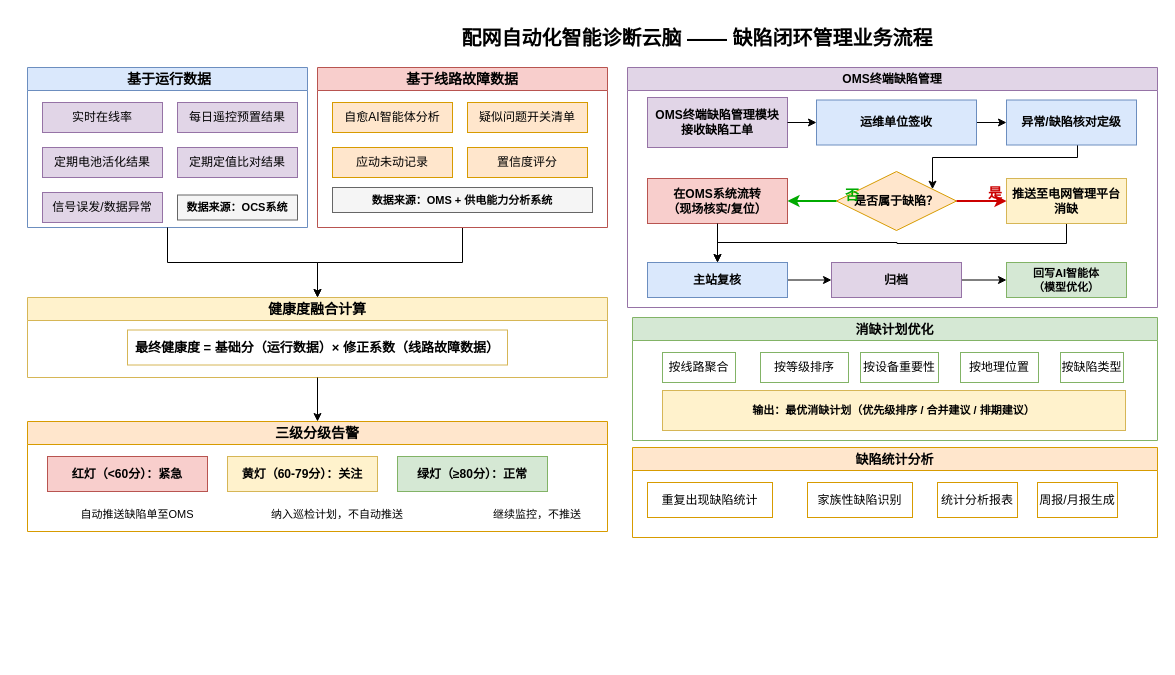
Above: 管理流程.drawio in LieCoding/pwjkd (draw.io), before the change. Source tidied: cells renumbered, new cells numbered last; positions are measured from the earlier drawing's top-left corner, leaving out a move shared by most shapes. Both pictures are drawn from the tidied source at 100%, with x=0, y=0 at pixel (27, 17).
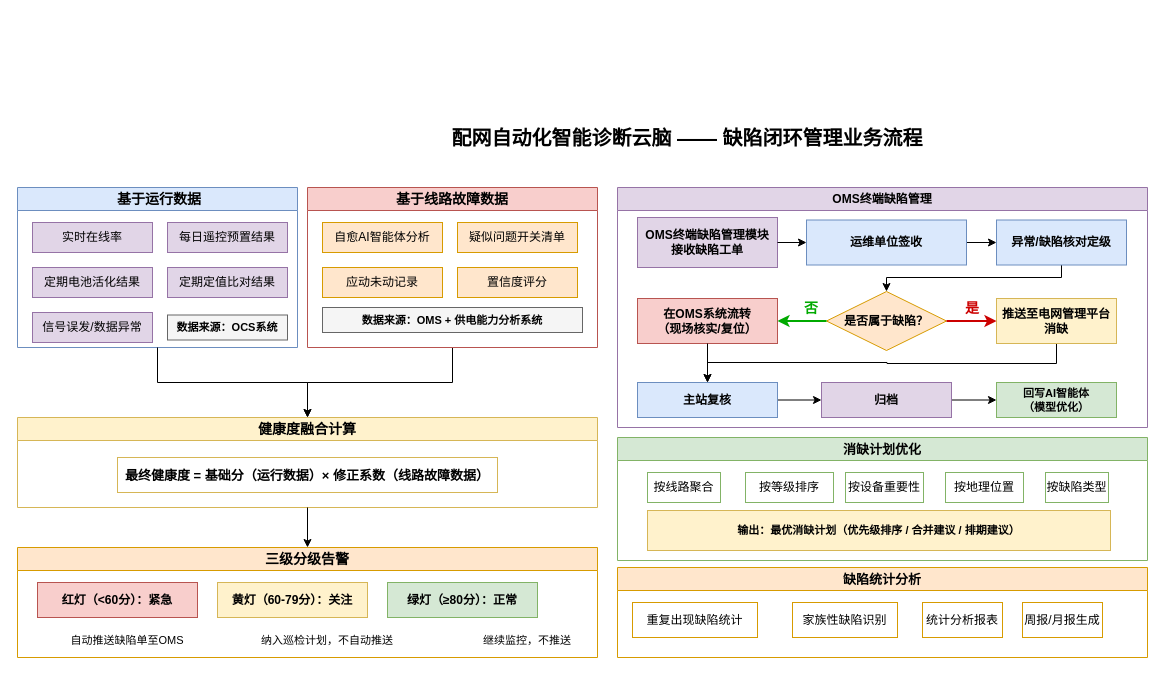
The same diagram, later.

Commit message (it also covers changes not shown here):
更新管理流程.drawio

The change refers to these unchanged cells:
```xml
<mxCell id="45" value="是否属于缺陷？" style="rhombus;whiteSpace=wrap;html=1;fillColor=#ffe6cc;strokeColor=#d79b00;fontStyle=1;fontSize=12;" parent="40" vertex="1">
  <mxGeometry x="209" y="104" width="120" height="59" as="geometry" />
</mxCell>
<mxCell id="59" value="异常/缺陷核对定级" style="rounded=0;whiteSpace=wrap;html=1;fillColor=#dae8fc;strokeColor=#6c8ebf;fontStyle=1;fontSize=12;" parent="40" vertex="1">
  <mxGeometry x="379" y="32.5" width="130" height="45" as="geometry" />
</mxCell>
```

The edit, as a diff of the source:
```diff
@@
     <mxCell id="2" value="配网自动化智能诊断云脑 —— 缺陷闭环管理业务流程" style="text;html=1;strokeColor=none;fillColor=none;align=center;verticalAlign=middle;whiteSpace=wrap;rounded=0;fontSize=20;fontStyle=1;" parent="1" vertex="1">
-      <mxGeometry x="420" width="500" height="40" as="geometry" />
+      <mxGeometry x="410" y="100" width="500" height="40" as="geometry" />
     </mxCell>
     <mxCell id="3" value="&amp;nbsp;基于运行数据" style="swimlane;whiteSpace=wrap;html=1;fillColor=#dae8fc;strokeColor=#6c8ebf;fontStyle=1;fontSize=14;" parent="1" vertex="1">
-      <mxGeometry y="50" width="280" height="160" as="geometry" />
+      <mxGeometry x="-10" y="170" width="280" height="160" as="geometry" />
     </mxCell>
@@
     <mxCell id="11" value="基于线路故障数据" style="swimlane;whiteSpace=wrap;html=1;fillColor=#f8cecc;strokeColor=#b85450;fontStyle=1;fontSize=14;" parent="1" vertex="1">
-      <mxGeometry x="290" y="50" width="290" height="160" as="geometry" />
+      <mxGeometry x="280" y="170" width="290" height="160" as="geometry" />
     </mxCell>
@@
     <mxCell id="18" value="健康度融合计算" style="swimlane;whiteSpace=wrap;html=1;fillColor=#fff2cc;strokeColor=#d6b656;fontStyle=1;fontSize=14;" parent="1" vertex="1">
-      <mxGeometry y="280" width="580" height="80" as="geometry" />
+      <mxGeometry x="-10" y="400" width="580" height="90" as="geometry" />
     </mxCell>
     <mxCell id="19" value="最终健康度 = 基础分（运行数据）× 修正系数（线路故障数据）" style="rounded=0;whiteSpace=wrap;html=1;fillColor=#ffffff;strokeColor=#d6b656;fontStyle=1;fontSize=13;" parent="18" vertex="1">
-      <mxGeometry x="100" y="32.5" width="380" height="35" as="geometry" />
+      <mxGeometry x="100" y="40" width="380" height="35" as="geometry" />
     </mxCell>
@@
     <mxCell id="21" value="三级分级告警" style="swimlane;whiteSpace=wrap;html=1;fillColor=#ffe6cc;strokeColor=#d79b00;fontStyle=1;fontSize=14;" parent="1" vertex="1">
-      <mxGeometry y="404" width="580" height="110" as="geometry" />
+      <mxGeometry x="-10" y="530" width="580" height="110" as="geometry" />
     </mxCell>
@@
     <mxCell id="28" value="消缺计划优化" style="swimlane;whiteSpace=wrap;html=1;fillColor=#d5e8d4;strokeColor=#82b366;fontStyle=1;fontSize=13;" parent="1" vertex="1">
-      <mxGeometry x="605" y="300" width="525" height="123" as="geometry" />
+      <mxGeometry x="590" y="420" width="530" height="123" as="geometry" />
     </mxCell>
@@
     <mxCell id="35" value="缺陷统计分析" style="swimlane;whiteSpace=wrap;html=1;fillColor=#ffe6cc;strokeColor=#d79b00;fontStyle=1;fontSize=13;" parent="1" vertex="1">
-      <mxGeometry x="605" y="430" width="525" height="90" as="geometry" />
+      <mxGeometry x="590" y="550" width="530" height="90" as="geometry" />
     </mxCell>
@@
     <mxCell id="40" value="OMS终端缺陷管理" style="swimlane;whiteSpace=wrap;html=1;fillColor=#e1d5e7;strokeColor=#9673a6;fontStyle=1;fontSize=12;" parent="1" vertex="1">
-      <mxGeometry x="600" y="50" width="530" height="240" as="geometry" />
+      <mxGeometry x="590" y="170" width="530" height="240" as="geometry" />
     </mxCell>
@@
     <mxCell id="48" value="否" style="text;html=1;strokeColor=none;fillColor=none;align=center;verticalAlign=middle;whiteSpace=wrap;rounded=0;fontSize=14;fontStyle=1;fontColor=#00AA00;" parent="40" vertex="1">
-      <mxGeometry x="210" y="118" width="30" height="20" as="geometry" />
+      <mxGeometry x="179" y="111" width="30" height="20" as="geometry" />
     </mxCell>
@@
     <mxCell id="52" value="是" style="text;html=1;strokeColor=none;fillColor=none;align=center;verticalAlign=middle;whiteSpace=wrap;rounded=0;fontSize=14;fontStyle=1;fontColor=#CC0000;" parent="40" vertex="1">
-      <mxGeometry x="353" y="116" width="30" height="20" as="geometry" />
+      <mxGeometry x="340" y="111" width="30" height="20" as="geometry" />
     </mxCell>
@@
-    <mxCell id="58" style="edgeStyle=orthogonalEdgeStyle;rounded=0;jettySize=auto;html=1;" parent="40" edge="1" source="59" target="45">
+    <mxCell id="58" style="edgeStyle=orthogonalEdgeStyle;rounded=0;jettySize=auto;html=1;entryX=0.5;entryY=0;entryDx=0;entryDy=0;" parent="40" edge="1" source="59" target="45">
       <mxGeometry relative="1" as="geometry">
         <Array as="points">
-          <mxPoint x="450" y="90" />
-          <mxPoint x="305" y="90" />
+          <mxPoint x="444" y="90" />
+          <mxPoint x="269" y="90" />
         </Array>
       </mxGeometry>
     </mxCell>
```
